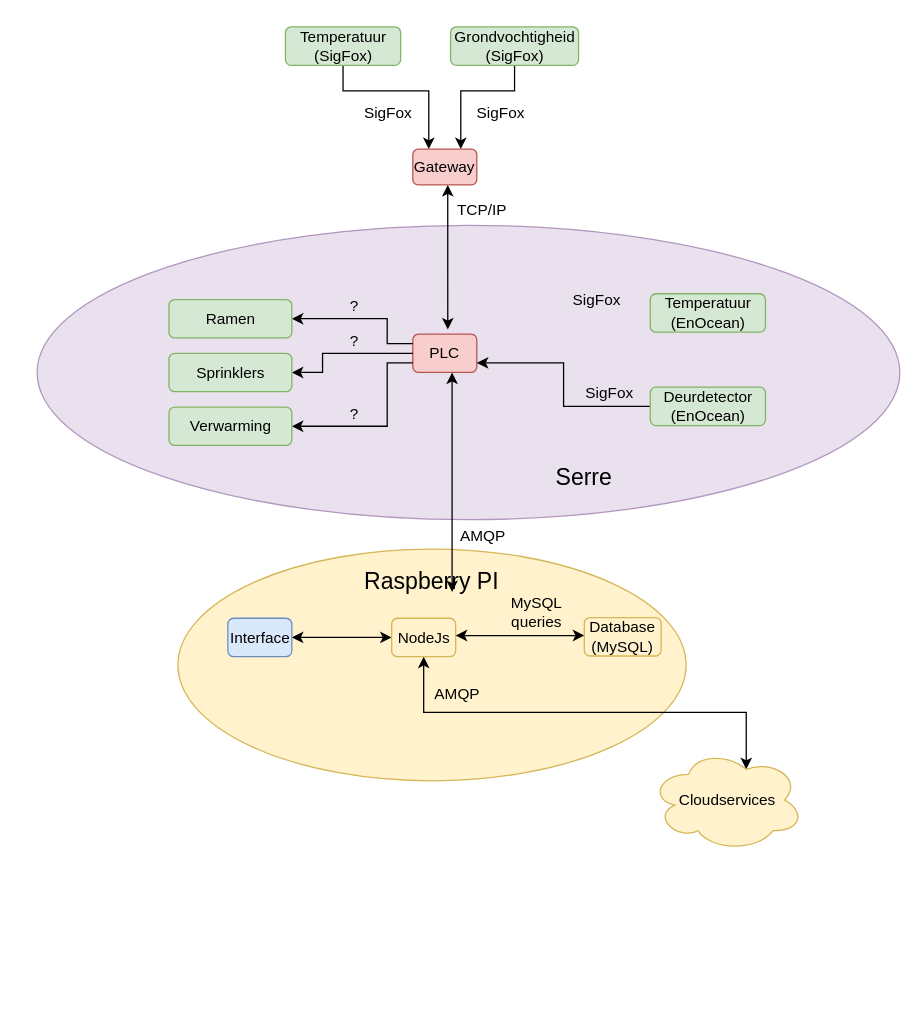
Earlier version of the draw.io diagram schema's/Serresturing.drawio (Koffiejoe/IA-EnOcean). Source tidied: cells renumbered, new cells numbered last; positions are measured from the earlier drawing's top-left corner, leaving out a move shared by most shapes. Both pictures are drawn from the tidied source at 128%, with x=0, y=0 at pixel (37, 26).
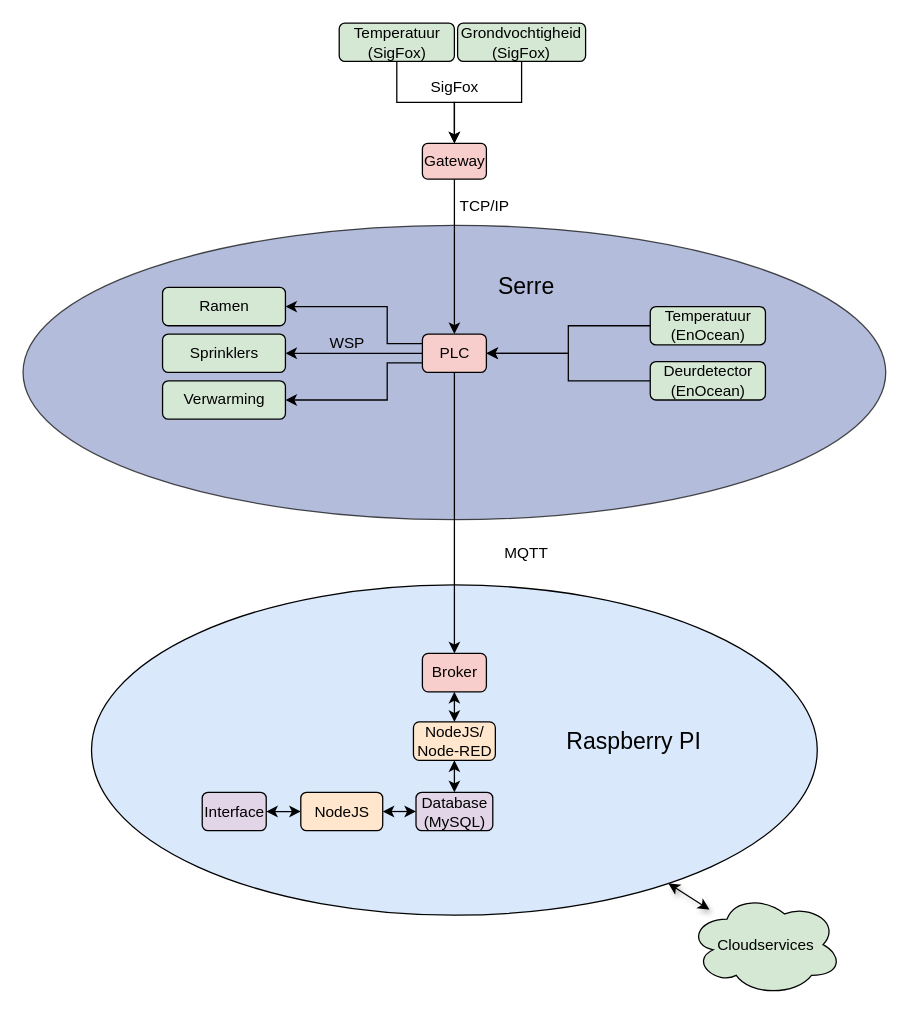
Above is the later version.

What changed in the source:
```diff
@@
+    <mxCell id="41" style="edgeStyle=none;rounded=0;jettySize=auto;html=1;shadow=1;startArrow=classic;startFill=1;strokeColor=#000000;" parent="1" edge="1" source="2" target="10">
+      <mxGeometry relative="1" as="geometry" />
+    </mxCell>
-    <mxCell id="2" style="ellipse;whiteSpace=wrap;html=1;fillColor=#fff2cc;strokeColor=#d6b656;" parent="1" vertex="1">
-      <mxGeometry x="109.5" y="408.5" width="397" height="181" as="geometry" />
+    <mxCell id="2" value="&amp;nbsp; &amp;nbsp; &amp;nbsp;" style="ellipse;whiteSpace=wrap;html=1;fillColor=#dae8fc;strokeColor=#000000;" parent="1" vertex="1">
+      <mxGeometry x="42" y="436.5" width="567" height="258" as="geometry" />
     </mxCell>
-    <mxCell id="3" style="ellipse;whiteSpace=wrap;html=1;fillColor=#e1d5e7;strokeColor=#9673a6;opacity=70;" parent="1" vertex="1">
-      <mxGeometry x="-0.5" y="155.5" width="674" height="230" as="geometry" />
+    <mxCell id="3" style="ellipse;whiteSpace=wrap;html=1;fillColor=#95A0CC;strokeColor=#000000;opacity=70;" parent="1" vertex="1">
+      <mxGeometry x="-11.5" y="155.5" width="674" height="230" as="geometry" />
     </mxCell>
-    <mxCell id="4" style="edgeStyle=orthogonalEdgeStyle;rounded=0;jettySize=auto;html=1;startArrow=classic;startFill=1;endArrow=classic;endFill=1;" parent="1" edge="1" source="6" target="7">
-      <mxGeometry relative="1" as="geometry" />
-    </mxCell>
-    <mxCell id="5" style="edgeStyle=orthogonalEdgeStyle;rounded=0;jettySize=auto;html=1;startArrow=classic;startFill=1;endArrow=classic;endFill=1;entryX=0.625;entryY=0.2;entryDx=0;entryDy=0;entryPerimeter=0;" parent="1" edge="1" source="6" target="10">
-      <mxGeometry relative="1" as="geometry">
-        <Array as="points">
-          <mxPoint x="301" y="536" />
-          <mxPoint x="553" y="536" />
-        </Array>
-      </mxGeometry>
-    </mxCell>
-    <mxCell id="6" value="NodeJs" style="rounded=1;whiteSpace=wrap;html=1;fillColor=#fff2cc;strokeColor=#d6b656;" parent="1" vertex="1">
-      <mxGeometry x="276.5" y="462.5" width="50" height="30" as="geometry" />
-    </mxCell>
+    <mxCell id="42" style="edgeStyle=orthogonalEdgeStyle;rounded=0;jettySize=auto;html=1;entryX=0;entryY=0.5;entryDx=0;entryDy=0;shadow=0;startArrow=classic;startFill=1;strokeColor=#000000;" parent="1" edge="1" source="7" target="53">
+      <mxGeometry relative="1" as="geometry" />
+    </mxCell>
-    <mxCell id="7" value="Interface" style="rounded=1;whiteSpace=wrap;html=1;fillColor=#dae8fc;strokeColor=#6c8ebf;" parent="1" vertex="1">
-      <mxGeometry x="148.5" y="462.5" width="50" height="30" as="geometry" />
+    <mxCell id="7" value="Interface" style="rounded=1;whiteSpace=wrap;html=1;fillColor=#e1d5e7;strokeColor=#000000;" parent="1" vertex="1">
+      <mxGeometry x="128.5" y="598.5" width="50" height="30" as="geometry" />
     </mxCell>
-    <mxCell id="8" style="edgeStyle=orthogonalEdgeStyle;rounded=0;jettySize=auto;html=1;startArrow=classic;startFill=1;endArrow=classic;endFill=1;" parent="1" edge="1" source="9" target="6">
-      <mxGeometry relative="1" as="geometry">
-        <Array as="points">
-          <mxPoint x="411" y="476" />
-          <mxPoint x="411" y="476" />
-        </Array>
-      </mxGeometry>
-    </mxCell>
-    <mxCell id="9" value="Database&lt;br&gt;(MySQL)" style="rounded=1;whiteSpace=wrap;html=1;fillColor=#fff2cc;strokeColor=#d6b656;" parent="1" vertex="1">
-      <mxGeometry x="427" y="462" width="60" height="30" as="geometry" />
+    <mxCell id="9" value="Database&lt;br&gt;(MySQL)" style="rounded=1;whiteSpace=wrap;html=1;fillColor=#e1d5e7;strokeColor=#000000;" parent="1" vertex="1">
+      <mxGeometry x="295.5" y="598.5" width="60" height="30" as="geometry" />
     </mxCell>
+    <mxCell id="43" style="edgeStyle=none;rounded=0;jettySize=auto;html=1;entryX=0.5;entryY=1;entryDx=0;entryDy=0;shadow=1;startArrow=classic;startFill=1;strokeColor=none;" parent="1" edge="1" source="10" target="2">
+      <mxGeometry relative="1" as="geometry" />
+    </mxCell>
-    <mxCell id="10" value="Cloudservices" style="ellipse;shape=cloud;whiteSpace=wrap;html=1;fillColor=#fff2cc;strokeColor=#d6b656;" parent="1" vertex="1">
-      <mxGeometry x="478.5" y="564.5" width="120" height="80" as="geometry" />
+    <mxCell id="10" value="Cloudservices" style="ellipse;shape=cloud;whiteSpace=wrap;html=1;fillColor=#d5e8d4;strokeColor=#000000;" parent="1" vertex="1">
+      <mxGeometry x="508.5" y="677.5" width="120" height="80" as="geometry" />
     </mxCell>
-    <mxCell id="11" style="edgeStyle=orthogonalEdgeStyle;rounded=0;jettySize=auto;html=1;startArrow=classic;startFill=1;targetPerimeterSpacing=0;" parent="1" edge="1" source="12">
-      <mxGeometry relative="1" as="geometry">
-        <mxPoint x="323.7" y="442" as="targetPoint" />
-        <Array as="points">
-          <mxPoint x="324" y="356" />
-        </Array>
-      </mxGeometry>
-    </mxCell>
+    <mxCell id="44" style="edgeStyle=orthogonalEdgeStyle;rounded=0;jettySize=auto;html=1;entryX=0.5;entryY=0;entryDx=0;entryDy=0;" parent="1" edge="1" source="12" target="49">
+      <mxGeometry relative="1" as="geometry" />
+    </mxCell>
-    <mxCell id="12" value="PLC" style="rounded=1;whiteSpace=wrap;html=1;fillColor=#f8cecc;strokeColor=#b85450;" parent="1" vertex="1">
-      <mxGeometry x="293" y="240.5" width="50" height="30" as="geometry" />
+    <mxCell id="12" value="PLC" style="rounded=1;whiteSpace=wrap;html=1;fillColor=#f8cecc;strokeColor=#000000;" parent="1" vertex="1">
+      <mxGeometry x="300.5" y="240.5" width="50" height="30" as="geometry" />
     </mxCell>
     <mxCell id="13" style="edgeStyle=orthogonalEdgeStyle;rounded=0;jettySize=auto;html=1;exitX=1;exitY=0.5;exitDx=0;exitDy=0;entryX=0;entryY=0.25;entryDx=0;entryDy=0;startArrow=classic;startFill=1;endArrow=none;endFill=0;" parent="1" edge="1" source="14" target="12">
       <mxGeometry relative="1" as="geometry">
         <Array as="points">
-          <mxPoint x="273" y="229" />
+          <mxPoint x="273" y="219" />
           <mxPoint x="273" y="248" />
         </Array>
       </mxGeometry>
     </mxCell>
-    <mxCell id="14" value="Ramen" style="rounded=1;whiteSpace=wrap;html=1;fillColor=#d5e8d4;strokeColor=#82b366;" parent="1" vertex="1">
-      <mxGeometry x="102.5" y="213.5" width="96" height="30" as="geometry" />
+    <mxCell id="14" value="Ramen" style="rounded=1;whiteSpace=wrap;html=1;fillColor=#d5e8d4;strokeColor=#000000;" parent="1" vertex="1">
+      <mxGeometry x="97.5" y="204" width="96" height="30" as="geometry" />
     </mxCell>
     <mxCell id="15" style="edgeStyle=orthogonalEdgeStyle;rounded=0;jettySize=auto;html=1;exitX=1;exitY=0.5;exitDx=0;exitDy=0;entryX=0;entryY=0.75;entryDx=0;entryDy=0;startArrow=classic;startFill=1;endArrow=none;endFill=0;" parent="1" edge="1" source="16" target="12">
       <mxGeometry relative="1" as="geometry">
         <Array as="points">
-          <mxPoint x="273" y="313" />
+          <mxPoint x="273" y="292" />
           <mxPoint x="273" y="263" />
         </Array>
       </mxGeometry>
     </mxCell>
-    <mxCell id="16" value="Verwarming" style="rounded=1;whiteSpace=wrap;html=1;fillColor=#d5e8d4;strokeColor=#82b366;" parent="1" vertex="1">
-      <mxGeometry x="102.5" y="297.5" width="96" height="30" as="geometry" />
+    <mxCell id="16" value="Verwarming" style="rounded=1;whiteSpace=wrap;html=1;fillColor=#d5e8d4;strokeColor=#000000;" parent="1" vertex="1">
+      <mxGeometry x="97.5" y="277" width="96" height="30" as="geometry" />
     </mxCell>
     <mxCell id="17" style="edgeStyle=orthogonalEdgeStyle;rounded=0;jettySize=auto;html=1;exitX=1;exitY=0.5;exitDx=0;exitDy=0;startArrow=classic;startFill=1;endArrow=none;endFill=0;entryX=0;entryY=0.5;entryDx=0;entryDy=0;" parent="1" edge="1" source="18" target="12">
       <mxGeometry relative="1" as="geometry">
         <Array as="points">
-          <mxPoint x="222.5" y="270.5" />
-          <mxPoint x="222.5" y="255.5" />
+          <mxPoint x="209" y="256" />
+          <mxPoint x="209" y="256" />
         </Array>
       </mxGeometry>
     </mxCell>
-    <mxCell id="18" value="Sprinklers" style="rounded=1;whiteSpace=wrap;html=1;fillColor=#d5e8d4;strokeColor=#82b366;" parent="1" vertex="1">
-      <mxGeometry x="102.5" y="255.5" width="96" height="30" as="geometry" />
+    <mxCell id="18" value="Sprinklers" style="rounded=1;whiteSpace=wrap;html=1;fillColor=#d5e8d4;strokeColor=#000000;" parent="1" vertex="1">
+      <mxGeometry x="97.5" y="240.5" width="96" height="30" as="geometry" />
     </mxCell>
-    <mxCell id="19" value="AMQP" style="text;html=1;strokeColor=none;fillColor=none;align=center;verticalAlign=middle;whiteSpace=wrap;rounded=0;" parent="1" vertex="1">
-      <mxGeometry x="328" y="388.5" width="40" height="20" as="geometry" />
+    <mxCell id="19" value="MQTT" style="text;html=1;strokeColor=none;fillColor=none;align=center;verticalAlign=middle;whiteSpace=wrap;rounded=0;" parent="1" vertex="1">
+      <mxGeometry x="361.5" y="402" width="40" height="20" as="geometry" />
     </mxCell>
-    <mxCell id="20" value="AMQP" style="text;html=1;strokeColor=none;fillColor=none;align=center;verticalAlign=middle;whiteSpace=wrap;rounded=0;" parent="1" vertex="1">
-      <mxGeometry x="308" y="512" width="40" height="20" as="geometry" />
-    </mxCell>
+    <mxCell id="45" style="edgeStyle=orthogonalEdgeStyle;rounded=0;jettySize=auto;html=1;" parent="1" edge="1" source="21" target="12">
+      <mxGeometry relative="1" as="geometry" />
+    </mxCell>
-    <mxCell id="21" value="Temperatuur (EnOcean)" style="rounded=1;whiteSpace=wrap;html=1;fillColor=#d5e8d4;strokeColor=#82b366;" parent="1" vertex="1">
-      <mxGeometry x="478.5" y="209" width="90" height="30" as="geometry" />
+    <mxCell id="21" value="Temperatuur (EnOcean)" style="rounded=1;whiteSpace=wrap;html=1;fillColor=#d5e8d4;strokeColor=#000000;" parent="1" vertex="1">
+      <mxGeometry x="478.5" y="219" width="90" height="30" as="geometry" />
     </mxCell>
-    <mxCell id="22" style="edgeStyle=orthogonalEdgeStyle;rounded=0;jettySize=auto;html=1;startArrow=none;startFill=0;endArrow=classic;endFill=1;entryX=1;entryY=0.75;entryDx=0;entryDy=0;" parent="1" edge="1" source="23" target="12">
+    <mxCell id="22" style="edgeStyle=orthogonalEdgeStyle;rounded=0;jettySize=auto;html=1;entryX=1;entryY=0.5;entryDx=0;entryDy=0;" parent="1" edge="1" source="23" target="12">
       <mxGeometry relative="1" as="geometry" />
     </mxCell>
-    <mxCell id="23" value="Deurdetector (EnOcean)" style="rounded=1;whiteSpace=wrap;html=1;fillColor=#d5e8d4;strokeColor=#82b366;" parent="1" vertex="1">
-      <mxGeometry x="478.5" y="282" width="90" height="30" as="geometry" />
+    <mxCell id="23" value="Deurdetector (EnOcean)" style="rounded=1;whiteSpace=wrap;html=1;fillColor=#d5e8d4;strokeColor=#000000;" parent="1" vertex="1">
+      <mxGeometry x="478.5" y="262" width="90" height="30" as="geometry" />
     </mxCell>
-    <mxCell id="24" style="edgeStyle=orthogonalEdgeStyle;rounded=0;jettySize=auto;html=1;exitX=0.5;exitY=1;exitDx=0;exitDy=0;entryX=0.25;entryY=0;entryDx=0;entryDy=0;startArrow=none;startFill=0;endArrow=classic;endFill=1;" parent="1" edge="1" source="25" target="30">
-      <mxGeometry relative="1" as="geometry">
-        <Array as="points">
-          <mxPoint x="238" y="50.5" />
-          <mxPoint x="306" y="50.5" />
-        </Array>
-      </mxGeometry>
+    <mxCell id="24" style="edgeStyle=orthogonalEdgeStyle;rounded=0;jettySize=auto;html=1;" parent="1" edge="1" source="25" target="30">
+      <mxGeometry relative="1" as="geometry" />
     </mxCell>
-    <mxCell id="25" value="Temperatuur (SigFox)" style="rounded=1;whiteSpace=wrap;html=1;fillColor=#d5e8d4;strokeColor=#82b366;" parent="1" vertex="1">
-      <mxGeometry x="193.5" y="0.5" width="90" height="30" as="geometry" />
+    <mxCell id="25" value="Temperatuur (SigFox)" style="rounded=1;whiteSpace=wrap;html=1;fillColor=#d5e8d4;strokeColor=#000000;" parent="1" vertex="1">
+      <mxGeometry x="235.5" y="-2.5" width="90" height="30" as="geometry" />
     </mxCell>
     <mxCell id="26" value="&lt;font style=&quot;font-size: 18px&quot;&gt;Serre&lt;/font&gt;" style="text;html=1;strokeColor=none;fillColor=none;align=center;verticalAlign=middle;whiteSpace=wrap;rounded=0;" parent="1" vertex="1">
-      <mxGeometry x="407" y="343" width="40" height="20" as="geometry" />
+      <mxGeometry x="361.5" y="194" width="40" height="20" as="geometry" />
     </mxCell>
-    <mxCell id="27" style="edgeStyle=orthogonalEdgeStyle;rounded=0;jettySize=auto;html=1;exitX=0.5;exitY=1;exitDx=0;exitDy=0;entryX=0.75;entryY=0;entryDx=0;entryDy=0;startArrow=none;startFill=0;endArrow=classic;endFill=1;" parent="1" edge="1" source="28" target="30">
-      <mxGeometry relative="1" as="geometry">
-        <Array as="points">
-          <mxPoint x="373" y="50.5" />
-          <mxPoint x="331" y="50.5" />
-        </Array>
-      </mxGeometry>
+    <mxCell id="27" style="edgeStyle=orthogonalEdgeStyle;rounded=0;jettySize=auto;html=1;" parent="1" edge="1" source="28" target="30">
+      <mxGeometry relative="1" as="geometry" />
     </mxCell>
-    <mxCell id="28" value="Grondvochtigheid (SigFox)" style="rounded=1;whiteSpace=wrap;html=1;fillColor=#d5e8d4;strokeColor=#82b366;" parent="1" vertex="1">
-      <mxGeometry x="322.5" y="0.5" width="100" height="30" as="geometry" />
+    <mxCell id="28" value="Grondvochtigheid (SigFox)" style="rounded=1;whiteSpace=wrap;html=1;fillColor=#d5e8d4;strokeColor=#000000;" parent="1" vertex="1">
+      <mxGeometry x="328" y="-2.5" width="100" height="30" as="geometry" />
     </mxCell>
-    <mxCell id="29" style="edgeStyle=orthogonalEdgeStyle;rounded=0;jettySize=auto;html=1;entryX=0.476;entryY=0.354;entryDx=0;entryDy=0;entryPerimeter=0;startArrow=classic;startFill=1;targetPerimeterSpacing=0;" parent="1" edge="1" source="30" target="3">
-      <mxGeometry relative="1" as="geometry">
-        <Array as="points">
-          <mxPoint x="320" y="144" />
-        </Array>
-      </mxGeometry>
-    </mxCell>
+    <mxCell id="46" style="edgeStyle=orthogonalEdgeStyle;rounded=0;jettySize=auto;html=1;" parent="1" edge="1" source="30" target="12">
+      <mxGeometry relative="1" as="geometry" />
+    </mxCell>
-    <mxCell id="30" value="Gateway" style="rounded=1;whiteSpace=wrap;html=1;fillColor=#f8cecc;strokeColor=#b85450;" parent="1" vertex="1">
-      <mxGeometry x="293" y="96" width="50" height="28" as="geometry" />
+    <mxCell id="30" value="Gateway" style="rounded=1;whiteSpace=wrap;html=1;fillColor=#f8cecc;strokeColor=#000000;" parent="1" vertex="1">
+      <mxGeometry x="300.5" y="91.5" width="50" height="28" as="geometry" />
     </mxCell>
-    <mxCell id="31" value="SigFox" style="text;html=1;strokeColor=none;fillColor=none;align=center;verticalAlign=middle;whiteSpace=wrap;rounded=0;" parent="1" vertex="1">
-      <mxGeometry x="254" y="57.5" width="40" height="20" as="geometry" />
-    </mxCell>
     <mxCell id="32" value="SigFox" style="text;html=1;strokeColor=none;fillColor=none;align=center;verticalAlign=middle;whiteSpace=wrap;rounded=0;" parent="1" vertex="1">
-      <mxGeometry x="342" y="57.5" width="40" height="20" as="geometry" />
+      <mxGeometry x="306" y="38" width="40" height="20" as="geometry" />
     </mxCell>
-    <mxCell id="33" value="SigFox" style="text;html=1;strokeColor=none;fillColor=none;align=center;verticalAlign=middle;whiteSpace=wrap;rounded=0;" parent="1" vertex="1">
-      <mxGeometry x="416.5" y="203.5" width="40" height="20" as="geometry" />
-    </mxCell>
-    <mxCell id="34" value="SigFox" style="text;html=1;strokeColor=none;fillColor=none;align=center;verticalAlign=middle;whiteSpace=wrap;rounded=0;" parent="1" vertex="1">
-      <mxGeometry x="426.5" y="277" width="40" height="20" as="geometry" />
-    </mxCell>
-    <mxCell id="35" value="?" style="text;html=1;strokeColor=none;fillColor=none;align=center;verticalAlign=middle;whiteSpace=wrap;rounded=0;" parent="1" vertex="1">
-      <mxGeometry x="241.5" y="208.5" width="11" height="20" as="geometry" />
-    </mxCell>
-    <mxCell id="36" value="MySQL queries" style="text;html=1;strokeColor=none;fillColor=none;align=center;verticalAlign=middle;whiteSpace=wrap;rounded=0;" parent="1" vertex="1">
-      <mxGeometry x="367.5" y="443" width="44" height="30" as="geometry" />
-    </mxCell>
     <mxCell id="37" value="&lt;font style=&quot;font-size: 18px&quot;&gt;Raspberry PI&lt;/font&gt;" style="text;html=1;strokeColor=none;fillColor=none;align=center;verticalAlign=middle;whiteSpace=wrap;rounded=0;" parent="1" vertex="1">
-      <mxGeometry x="250" y="423.5" width="116" height="20" as="geometry" />
+      <mxGeometry x="407.5" y="548.5" width="116" height="20" as="geometry" />
     </mxCell>
-    <mxCell id="38" value="?" style="text;html=1;strokeColor=none;fillColor=none;align=center;verticalAlign=middle;whiteSpace=wrap;rounded=0;" parent="1" vertex="1">
-      <mxGeometry x="241.5" y="235.5" width="11" height="20" as="geometry" />
-    </mxCell>
-    <mxCell id="39" value="?" style="text;html=1;strokeColor=none;fillColor=none;align=center;verticalAlign=middle;whiteSpace=wrap;rounded=0;" parent="1" vertex="1">
-      <mxGeometry x="241.5" y="292.5" width="11" height="20" as="geometry" />
-    </mxCell>
     <mxCell id="40" value="TCP/IP&lt;br&gt;" style="text;html=1;align=left;verticalAlign=top;spacingTop=-4;" parent="1" vertex="1">
-      <mxGeometry x="326" y="133.5" width="49" height="13" as="geometry" />
+      <mxGeometry x="328" y="131" width="49" height="13" as="geometry" />
     </mxCell>
+    <mxCell id="47" value="WSP" style="text;html=1;strokeColor=none;fillColor=none;align=center;verticalAlign=middle;whiteSpace=wrap;rounded=0;" parent="1" vertex="1">
+      <mxGeometry x="221.5" y="237.5" width="40" height="20" as="geometry" />
+    </mxCell>
+    <mxCell id="48" style="edgeStyle=none;rounded=0;jettySize=auto;html=1;exitX=0.5;exitY=1;exitDx=0;exitDy=0;entryX=0.5;entryY=0;entryDx=0;entryDy=0;shadow=0;startArrow=classic;startFill=1;strokeColor=#000000;" parent="1" edge="1" source="49" target="51">
+      <mxGeometry relative="1" as="geometry" />
+    </mxCell>
+    <mxCell id="49" value="Broker" style="rounded=1;whiteSpace=wrap;html=1;fillColor=#f8cecc;strokeColor=#000000;" parent="1" vertex="1">
+      <mxGeometry x="300.5" y="490" width="50" height="30" as="geometry" />
+    </mxCell>
+    <mxCell id="50" style="edgeStyle=none;rounded=0;jettySize=auto;html=1;exitX=0.5;exitY=1;exitDx=0;exitDy=0;entryX=0.5;entryY=0;entryDx=0;entryDy=0;shadow=0;startArrow=classic;startFill=1;strokeColor=#000000;" parent="1" edge="1" source="51" target="9">
+      <mxGeometry relative="1" as="geometry" />
+    </mxCell>
+    <mxCell id="51" value="NodeJS/&lt;br&gt;Node-RED" style="rounded=1;whiteSpace=wrap;html=1;fillColor=#ffe6cc;strokeColor=#000000;" parent="1" vertex="1">
+      <mxGeometry x="293.5" y="543.5" width="64" height="30" as="geometry" />
+    </mxCell>
+    <mxCell id="52" style="edgeStyle=none;rounded=0;jettySize=auto;html=1;entryX=0;entryY=0.5;entryDx=0;entryDy=0;shadow=0;startArrow=classic;startFill=1;strokeColor=#000000;" parent="1" edge="1" source="53" target="9">
+      <mxGeometry relative="1" as="geometry" />
+    </mxCell>
+    <mxCell id="53" value="NodeJS" style="rounded=1;whiteSpace=wrap;html=1;fillColor=#ffe6cc;strokeColor=#000000;" parent="1" vertex="1">
+      <mxGeometry x="205.5" y="598.5" width="64" height="30" as="geometry" />
+    </mxCell>
```
